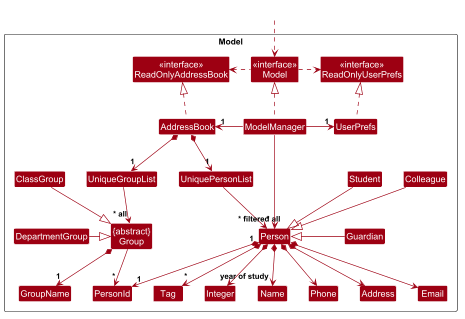
Above: docs/images/ModelClassDiagram.png in AY2627S1-CS2103T-T11-3/tp (PlantUML), before the change.
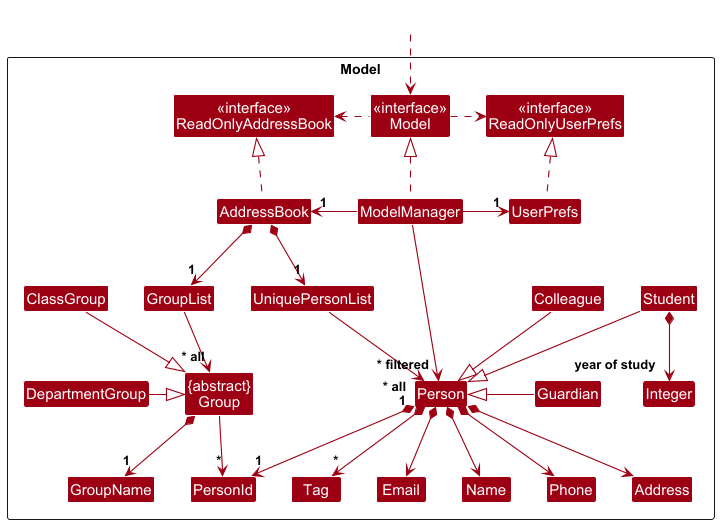
The same diagram one commit later.

Commit message:
Update DeleteSequenceDiagram and ModelClassDiagram in DG

What changed in the source:
```diff
@@ -26,7 +26,7 @@
 Class Guardian
 Class Colleague
 
-Class UniqueGroupList
+Class GroupList
 Class "{abstract}\nGroup" as Group
 Class ClassGroup
 Class DepartmentGroup
@@ -56,11 +56,11 @@
 Person *--> Address
 Person *--> "*" Tag
 Person "1" *--> "1" PersonId
-Person *--> "year of study" Integer
 
 Student --|> Person
 Guardian -left-|> Person
 Colleague --|> Person
+Student *--> "year of study" Integer
 
 Person -[hidden]left-> Group
 Student -[hidden]down-> Guardian
@@ -73,8 +73,8 @@
 Phone -[hidden]right-> Address
 Address -[hidden]right-> Email
 
-AddressBook *--> "1" UniqueGroupList
-UniqueGroupList --> "~* all" Group
+AddressBook *--> "1" GroupList
+GroupList --> "~* all" Group
 Group *--> "1" GroupName
 Group --> "*" PersonId
 
```
